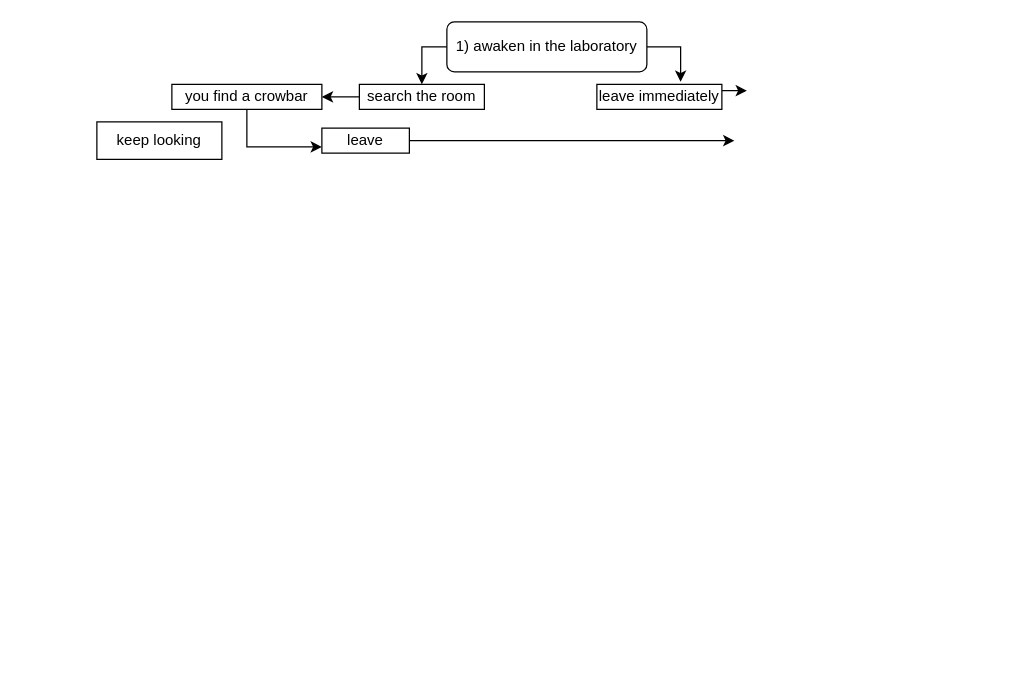
Earlier version of the draw.io diagram page "main" (1 of 3) of diagram.drawio (bean-frog/text-adventure). Source tidied: cells renumbered, new cells numbered last; positions are measured from the earlier drawing's top-left corner, leaving out a move shared by most shapes. Both pictures are drawn from the tidied source at 125%, with x=0, y=0 at pixel (96, 21).
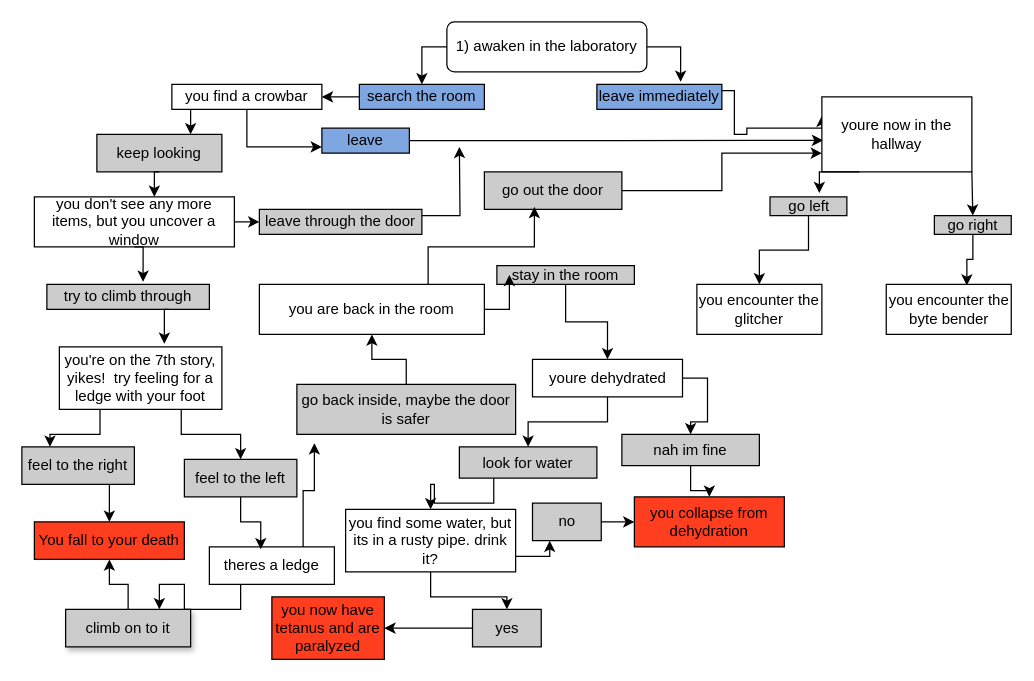
After the change.

Commit message (it also covers changes not shown here):
story mostly done

What changed in the source:
```diff
@@
-    <mxCell id="4" value="1) awaken in the laboratory" style="rounded=1;whiteSpace=wrap;html=1;fontSize=12;glass=0;strokeWidth=1;shadow=0;" parent="1" vertex="1">
+    <mxCell id="4" value="1) awaken in the laboratory" style="rounded=1;whiteSpace=wrap;html=1;fontSize=12;glass=0;strokeWidth=1;shadow=0;fillColor=#FFFFFF;" parent="1" vertex="1">
       <mxGeometry x="280" width="160" height="40" as="geometry" />
     </mxCell>
-    <mxCell id="5" style="edgeStyle=orthogonalEdgeStyle;rounded=0;jettySize=auto;html=1;exitX=0;exitY=0.5;exitDx=0;exitDy=0;entryX=1;entryY=0.5;entryDx=0;entryDy=0;" parent="1" edge="1" source="6" target="10">
+    <mxCell id="5" style="edgeStyle=orthogonalEdgeStyle;rounded=0;jettySize=auto;html=1;exitX=0;exitY=0.5;exitDx=0;exitDy=0;entryX=1;entryY=0.5;entryDx=0;entryDy=0;fillColor=#7EA6E0;" parent="1" edge="1" source="6" target="10">
       <mxGeometry relative="1" as="geometry" />
     </mxCell>
-    <mxCell id="6" value="search the room" style="rounded=0;whiteSpace=wrap;html=1;" parent="1" vertex="1">
+    <mxCell id="6" value="search the room" style="rounded=0;whiteSpace=wrap;html=1;fillColor=#7EA6E0;" parent="1" vertex="1">
       <mxGeometry x="210" y="50" width="100" height="20" as="geometry" />
     </mxCell>
-    <mxCell id="7" style="edgeStyle=orthogonalEdgeStyle;rounded=0;jettySize=auto;html=1;exitX=1;exitY=0.25;exitDx=0;exitDy=0;" parent="1" edge="1" source="8">
+    <mxCell id="7" style="edgeStyle=orthogonalEdgeStyle;rounded=0;jettySize=auto;html=1;exitX=1;exitY=0.25;exitDx=0;exitDy=0;entryX=0;entryY=0.25;entryDx=0;entryDy=0;" parent="1" edge="1" source="8" target="62">
       <mxGeometry relative="1" as="geometry">
-        <mxPoint x="520" y="55" as="targetPoint" />
+        <Array as="points">
+          <mxPoint x="510" y="55" />
+          <mxPoint x="510" y="90" />
+          <mxPoint x="520" y="90" />
+          <mxPoint x="520" y="85" />
+        </Array>
       </mxGeometry>
     </mxCell>
-    <mxCell id="8" value="leave immediately" style="rounded=0;whiteSpace=wrap;html=1;" parent="1" vertex="1">
+    <mxCell id="8" value="leave immediately" style="rounded=0;whiteSpace=wrap;html=1;fillColor=#7EA6E0;" parent="1" vertex="1">
       <mxGeometry x="400" y="50" width="100" height="20" as="geometry" />
     </mxCell>
-    <mxCell id="9" style="edgeStyle=orthogonalEdgeStyle;rounded=0;jettySize=auto;html=1;exitX=0.5;exitY=1;exitDx=0;exitDy=0;entryX=0;entryY=0.75;entryDx=0;entryDy=0;" parent="1" edge="1" source="10" target="13">
+    <mxCell id="9" style="edgeStyle=orthogonalEdgeStyle;rounded=0;jettySize=auto;html=1;exitX=0.5;exitY=1;exitDx=0;exitDy=0;entryX=0;entryY=0.75;entryDx=0;entryDy=0;fillColor=#7EA6E0;" parent="1" edge="1" source="10" target="13">
       <mxGeometry relative="1" as="geometry" />
     </mxCell>
+    <mxCell id="14" style="edgeStyle=orthogonalEdgeStyle;rounded=0;jettySize=auto;html=1;exitX=0.25;exitY=1;exitDx=0;exitDy=0;entryX=0.75;entryY=0;entryDx=0;entryDy=0;fillColor=#7EA6E0;" parent="1" edge="1" source="10" target="11">
+      <mxGeometry relative="1" as="geometry" />
+    </mxCell>
-    <mxCell id="10" value="you find a crowbar" style="rounded=0;whiteSpace=wrap;html=1;" parent="1" vertex="1">
+    <mxCell id="10" value="you find a crowbar" style="rounded=0;whiteSpace=wrap;html=1;fillColor=#FFFFFF;" parent="1" vertex="1">
       <mxGeometry x="60" y="50" width="120" height="20" as="geometry" />
     </mxCell>
-    <mxCell id="11" value="keep looking" style="rounded=0;whiteSpace=wrap;html=1;" parent="1" vertex="1">
-      <mxGeometry y="80" width="100" height="30" as="geometry" />
+    <mxCell id="11" value="keep looking" style="rounded=0;whiteSpace=wrap;html=1;fillColor=#CCCCCC;" parent="1" vertex="1">
+      <mxGeometry y="90" width="100" height="30" as="geometry" />
     </mxCell>
-    <mxCell id="12" style="edgeStyle=orthogonalEdgeStyle;rounded=0;jettySize=auto;html=1;exitX=1;exitY=0.5;exitDx=0;exitDy=0;" parent="1" edge="1" source="13">
-      <mxGeometry relative="1" as="geometry">
-        <mxPoint x="510" y="95" as="targetPoint" />
-      </mxGeometry>
+    <mxCell id="12" style="edgeStyle=orthogonalEdgeStyle;rounded=0;jettySize=auto;html=1;exitX=1;exitY=0.5;exitDx=0;exitDy=0;entryX=0.008;entryY=0.58;entryDx=0;entryDy=0;entryPerimeter=0;" parent="1" edge="1" source="13" target="62">
+      <mxGeometry relative="1" as="geometry" />
     </mxCell>
-    <mxCell id="13" value="leave" style="rounded=0;whiteSpace=wrap;html=1;" parent="1" vertex="1">
+    <mxCell id="13" value="leave" style="rounded=0;whiteSpace=wrap;html=1;fillColor=#7EA6E0;" parent="1" vertex="1">
       <mxGeometry x="180" y="85" width="70" height="20" as="geometry" />
     </mxCell>
+    <mxCell id="15" style="edgeStyle=orthogonalEdgeStyle;rounded=0;jettySize=auto;html=1;exitX=1;exitY=0.5;exitDx=0;exitDy=0;entryX=0;entryY=0.5;entryDx=0;entryDy=0;" parent="1" edge="1" source="16" target="20">
+      <mxGeometry relative="1" as="geometry" />
+    </mxCell>
+    <mxCell id="16" value="you don't see any more items, but you uncover a window" style="rounded=0;whiteSpace=wrap;html=1;fillColor=#FFFFFF;" parent="1" vertex="1">
+      <mxGeometry x="-50" y="140" width="160" height="40" as="geometry" />
+    </mxCell>
+    <mxCell id="17" style="edgeStyle=orthogonalEdgeStyle;rounded=0;jettySize=auto;html=1;exitX=0.5;exitY=1;exitDx=0;exitDy=0;entryX=0.6;entryY=0;entryDx=0;entryDy=0;entryPerimeter=0;" parent="1" edge="1" source="11" target="16">
+      <mxGeometry relative="1" as="geometry" />
+    </mxCell>
+    <mxCell id="18" value="try to climb through" style="rounded=0;whiteSpace=wrap;html=1;fillColor=#CCCCCC;" parent="1" vertex="1">
+      <mxGeometry x="-40" y="210" width="130" height="20" as="geometry" />
+    </mxCell>
+    <mxCell id="19" style="edgeStyle=orthogonalEdgeStyle;rounded=0;jettySize=auto;html=1;exitX=1;exitY=0.25;exitDx=0;exitDy=0;" parent="1" edge="1" source="20">
+      <mxGeometry relative="1" as="geometry">
+        <mxPoint x="290" y="100" as="targetPoint" />
+      </mxGeometry>
+    </mxCell>
+    <mxCell id="20" value="leave through the door" style="rounded=0;whiteSpace=wrap;html=1;fillColor=#CCCCCC;" parent="1" vertex="1">
+      <mxGeometry x="130" y="150" width="130" height="20" as="geometry" />
+    </mxCell>
+    <mxCell id="21" style="edgeStyle=orthogonalEdgeStyle;rounded=0;jettySize=auto;html=1;exitX=0.5;exitY=1;exitDx=0;exitDy=0;entryX=0.592;entryY=-0.1;entryDx=0;entryDy=0;entryPerimeter=0;" parent="1" edge="1" source="16" target="18">
+      <mxGeometry relative="1" as="geometry" />
+    </mxCell>
+    <mxCell id="22" style="edgeStyle=orthogonalEdgeStyle;rounded=0;jettySize=auto;html=1;exitX=0.25;exitY=1;exitDx=0;exitDy=0;entryX=0.25;entryY=0;entryDx=0;entryDy=0;" parent="1" edge="1" source="24" target="28">
+      <mxGeometry relative="1" as="geometry" />
+    </mxCell>
+    <mxCell id="23" style="edgeStyle=orthogonalEdgeStyle;rounded=0;jettySize=auto;html=1;exitX=0.75;exitY=1;exitDx=0;exitDy=0;entryX=0.5;entryY=0;entryDx=0;entryDy=0;" parent="1" edge="1" source="24" target="26">
+      <mxGeometry relative="1" as="geometry" />
+    </mxCell>
+    <mxCell id="24" value="you're on the 7th story, yikes!&amp;nbsp; try feeling for a ledge with your foot" style="rounded=0;whiteSpace=wrap;html=1;" parent="1" vertex="1">
+      <mxGeometry x="-30" y="260" width="130" height="50" as="geometry" />
+    </mxCell>
+    <mxCell id="25" style="edgeStyle=orthogonalEdgeStyle;rounded=0;jettySize=auto;html=1;exitX=0.75;exitY=1;exitDx=0;exitDy=0;entryX=0.646;entryY=-0.049;entryDx=0;entryDy=0;entryPerimeter=0;" parent="1" edge="1" source="18" target="24">
+      <mxGeometry relative="1" as="geometry" />
+    </mxCell>
+    <mxCell id="26" value="feel to the left" style="rounded=0;whiteSpace=wrap;html=1;fillColor=#CCCCCC;" parent="1" vertex="1">
+      <mxGeometry x="70" y="350" width="90" height="30" as="geometry" />
+    </mxCell>
+    <mxCell id="27" style="edgeStyle=orthogonalEdgeStyle;rounded=0;jettySize=auto;html=1;exitX=0.5;exitY=1;exitDx=0;exitDy=0;entryX=0.5;entryY=0;entryDx=0;entryDy=0;" parent="1" edge="1" source="28" target="29">
+      <mxGeometry relative="1" as="geometry" />
+    </mxCell>
+    <mxCell id="28" value="feel to the right" style="rounded=0;whiteSpace=wrap;html=1;fillColor=#CCCCCC;" parent="1" vertex="1">
+      <mxGeometry x="-60" y="340" width="90" height="30" as="geometry" />
+    </mxCell>
+    <mxCell id="29" value="You fall to your death" style="rounded=0;whiteSpace=wrap;html=1;fillColor=#FF3D1F;" parent="1" vertex="1">
+      <mxGeometry x="-50" y="400" width="120" height="30" as="geometry" />
+    </mxCell>
+    <mxCell id="30" style="edgeStyle=orthogonalEdgeStyle;rounded=0;jettySize=auto;html=1;exitX=0.25;exitY=1;exitDx=0;exitDy=0;entryX=0.75;entryY=0;entryDx=0;entryDy=0;" parent="1" edge="1" source="31" target="38">
+      <mxGeometry relative="1" as="geometry" />
+    </mxCell>
+    <mxCell id="31" value="theres a ledge" style="rounded=0;whiteSpace=wrap;html=1;" parent="1" vertex="1">
+      <mxGeometry x="90" y="420" width="100" height="30" as="geometry" />
+    </mxCell>
+    <mxCell id="32" style="edgeStyle=orthogonalEdgeStyle;rounded=0;jettySize=auto;html=1;exitX=0.5;exitY=0;exitDx=0;exitDy=0;" parent="1" edge="1" source="38" target="29">
+      <mxGeometry relative="1" as="geometry" />
+    </mxCell>
+    <mxCell id="33" style="edgeStyle=orthogonalEdgeStyle;rounded=0;jettySize=auto;html=1;" parent="1" edge="1" source="34" target="42">
+      <mxGeometry relative="1" as="geometry" />
+    </mxCell>
+    <mxCell id="34" value="go back inside, maybe the door is safer" style="rounded=0;whiteSpace=wrap;html=1;fillColor=#CCCCCC;" parent="1" vertex="1">
+      <mxGeometry x="160" y="290" width="175" height="40" as="geometry" />
+    </mxCell>
+    <mxCell id="35" style="edgeStyle=orthogonalEdgeStyle;rounded=0;jettySize=auto;html=1;" parent="1" edge="1" source="36" target="47">
+      <mxGeometry relative="1" as="geometry" />
+    </mxCell>
+    <mxCell id="36" value="stay in the room" style="rounded=0;whiteSpace=wrap;html=1;fillColor=#CCCCCC;" parent="1" vertex="1">
+      <mxGeometry x="320" y="195" width="110" height="15" as="geometry" />
+    </mxCell>
+    <mxCell id="37" style="edgeStyle=orthogonalEdgeStyle;rounded=0;jettySize=auto;html=1;exitX=0.5;exitY=1;exitDx=0;exitDy=0;entryX=0.411;entryY=0.062;entryDx=0;entryDy=0;entryPerimeter=0;" parent="1" edge="1" source="26" target="31">
+      <mxGeometry relative="1" as="geometry" />
+    </mxCell>
+    <mxCell id="38" value="climb on to it" style="rounded=0;whiteSpace=wrap;html=1;shadow=1;fillColor=#CCCCCC;" parent="1" vertex="1">
+      <mxGeometry x="-25" y="470" width="100" height="30" as="geometry" />
+    </mxCell>
+    <mxCell id="39" style="edgeStyle=orthogonalEdgeStyle;rounded=0;jettySize=auto;html=1;entryX=0;entryY=0.75;entryDx=0;entryDy=0;" parent="1" edge="1" source="40" target="62">
+      <mxGeometry relative="1" as="geometry" />
+    </mxCell>
+    <mxCell id="40" value="go out the door" style="rounded=0;whiteSpace=wrap;html=1;fillColor=#CCCCCC;" parent="1" vertex="1">
+      <mxGeometry x="310" y="120" width="110" height="30" as="geometry" />
+    </mxCell>
+    <mxCell id="41" style="edgeStyle=orthogonalEdgeStyle;rounded=0;jettySize=auto;html=1;" parent="1" edge="1" source="42" target="36">
+      <mxGeometry relative="1" as="geometry" />
+    </mxCell>
+    <mxCell id="42" value="you are back in the room" style="rounded=0;whiteSpace=wrap;html=1;" parent="1" vertex="1">
+      <mxGeometry x="130" y="210" width="180" height="40" as="geometry" />
+    </mxCell>
+    <mxCell id="43" style="edgeStyle=orthogonalEdgeStyle;rounded=0;jettySize=auto;html=1;exitX=0.75;exitY=0;exitDx=0;exitDy=0;entryX=0.08;entryY=1.175;entryDx=0;entryDy=0;entryPerimeter=0;" parent="1" edge="1" source="31" target="34">
+      <mxGeometry relative="1" as="geometry" />
+    </mxCell>
+    <mxCell id="44" style="edgeStyle=orthogonalEdgeStyle;rounded=0;jettySize=auto;html=1;exitX=0.75;exitY=0;exitDx=0;exitDy=0;entryX=0.364;entryY=0.933;entryDx=0;entryDy=0;entryPerimeter=0;" parent="1" edge="1" source="42" target="40">
+      <mxGeometry relative="1" as="geometry" />
+    </mxCell>
+    <mxCell id="45" style="edgeStyle=orthogonalEdgeStyle;rounded=0;jettySize=auto;html=1;exitX=1;exitY=0.5;exitDx=0;exitDy=0;entryX=0.5;entryY=0;entryDx=0;entryDy=0;" parent="1" edge="1" source="47" target="51">
+      <mxGeometry relative="1" as="geometry" />
+    </mxCell>
+    <mxCell id="46" style="edgeStyle=orthogonalEdgeStyle;rounded=0;jettySize=auto;html=1;" parent="1" edge="1" source="47" target="49">
+      <mxGeometry relative="1" as="geometry" />
+    </mxCell>
+    <mxCell id="47" value="youre dehydrated" style="rounded=0;whiteSpace=wrap;html=1;" parent="1" vertex="1">
+      <mxGeometry x="348.5" y="270" width="120" height="30" as="geometry" />
+    </mxCell>
+    <mxCell id="48" style="edgeStyle=orthogonalEdgeStyle;rounded=0;jettySize=auto;html=1;exitX=0.25;exitY=1;exitDx=0;exitDy=0;entryX=0.5;entryY=0;entryDx=0;entryDy=0;" parent="1" edge="1" source="49" target="55">
+      <mxGeometry relative="1" as="geometry" />
+    </mxCell>
+    <mxCell id="49" value="look for water" style="rounded=0;whiteSpace=wrap;html=1;fillColor=#CCCCCC;" parent="1" vertex="1">
+      <mxGeometry x="290" y="340" width="110" height="25" as="geometry" />
+    </mxCell>
+    <mxCell id="50" style="edgeStyle=orthogonalEdgeStyle;rounded=0;jettySize=auto;html=1;" parent="1" edge="1" source="51" target="52">
+      <mxGeometry relative="1" as="geometry" />
+    </mxCell>
+    <mxCell id="51" value="nah im fine" style="rounded=0;whiteSpace=wrap;html=1;fillColor=#CCCCCC;" parent="1" vertex="1">
+      <mxGeometry x="420" y="330" width="110" height="25" as="geometry" />
+    </mxCell>
+    <mxCell id="52" value="you collapse from dehydration" style="rounded=0;whiteSpace=wrap;html=1;fillColor=#FF3D1F;" parent="1" vertex="1">
+      <mxGeometry x="430" y="380" width="120" height="40" as="geometry" />
+    </mxCell>
+    <mxCell id="53" style="edgeStyle=orthogonalEdgeStyle;rounded=0;jettySize=auto;html=1;" parent="1" edge="1" source="55" target="59">
+      <mxGeometry relative="1" as="geometry" />
+    </mxCell>
+    <mxCell id="54" style="edgeStyle=orthogonalEdgeStyle;rounded=0;jettySize=auto;html=1;exitX=1;exitY=0.75;exitDx=0;exitDy=0;entryX=0.25;entryY=1;entryDx=0;entryDy=0;" parent="1" edge="1" source="55" target="57">
+      <mxGeometry relative="1" as="geometry" />
+    </mxCell>
+    <mxCell id="55" value="you find some water, but its in a rusty pipe. drink it?" style="rounded=0;whiteSpace=wrap;html=1;" parent="1" vertex="1">
+      <mxGeometry x="199" y="390" width="136" height="50" as="geometry" />
+    </mxCell>
+    <mxCell id="56" style="edgeStyle=orthogonalEdgeStyle;rounded=0;jettySize=auto;html=1;" parent="1" edge="1" source="57" target="52">
+      <mxGeometry relative="1" as="geometry" />
+    </mxCell>
+    <mxCell id="57" value="no" style="rounded=0;whiteSpace=wrap;html=1;fillColor=#CCCCCC;" parent="1" vertex="1">
+      <mxGeometry x="348.5" y="385" width="55" height="30" as="geometry" />
+    </mxCell>
+    <mxCell id="58" style="edgeStyle=orthogonalEdgeStyle;rounded=0;jettySize=auto;html=1;" parent="1" edge="1" source="59" target="60">
+      <mxGeometry relative="1" as="geometry" />
+    </mxCell>
+    <mxCell id="59" value="yes" style="rounded=0;whiteSpace=wrap;html=1;fillColor=#CCCCCC;" parent="1" vertex="1">
+      <mxGeometry x="300.5" y="470" width="55" height="30" as="geometry" />
+    </mxCell>
+    <mxCell id="60" value="you now have tetanus and are paralyzed" style="rounded=0;whiteSpace=wrap;html=1;fillColor=#FF3D1F;" parent="1" vertex="1">
+      <mxGeometry x="140" y="460" width="90" height="50" as="geometry" />
+    </mxCell>
+    <mxCell id="61" style="edgeStyle=orthogonalEdgeStyle;rounded=0;jettySize=auto;html=1;exitX=1;exitY=1;exitDx=0;exitDy=0;entryX=0.5;entryY=0;entryDx=0;entryDy=0;" parent="1" edge="1" source="62" target="65">
+      <mxGeometry relative="1" as="geometry" />
+    </mxCell>
+    <mxCell id="62" value="youre now in the hallway" style="rounded=0;whiteSpace=wrap;html=1;" parent="1" vertex="1">
+      <mxGeometry x="580" y="60" width="120" height="60" as="geometry" />
+    </mxCell>
+    <mxCell id="63" style="edgeStyle=orthogonalEdgeStyle;rounded=0;jettySize=auto;html=1;entryX=0.5;entryY=0;entryDx=0;entryDy=0;" parent="1" edge="1" source="64" target="67">
+      <mxGeometry relative="1" as="geometry" />
+    </mxCell>
+    <mxCell id="64" value="go left" style="rounded=0;whiteSpace=wrap;html=1;fillColor=#CCCCCC;" parent="1" vertex="1">
+      <mxGeometry x="538.5" y="140" width="61.5" height="15" as="geometry" />
+    </mxCell>
+    <mxCell id="65" value="go right" style="rounded=0;whiteSpace=wrap;html=1;fillColor=#CCCCCC;" parent="1" vertex="1">
+      <mxGeometry x="670" y="155" width="61.5" height="15" as="geometry" />
+    </mxCell>
+    <mxCell id="66" style="edgeStyle=orthogonalEdgeStyle;rounded=0;jettySize=auto;html=1;exitX=0.25;exitY=1;exitDx=0;exitDy=0;entryX=0.642;entryY=-0.2;entryDx=0;entryDy=0;entryPerimeter=0;" parent="1" edge="1" source="62" target="64">
+      <mxGeometry relative="1" as="geometry" />
+    </mxCell>
+    <mxCell id="67" value="you encounter the glitcher" style="rounded=0;whiteSpace=wrap;html=1;" parent="1" vertex="1">
+      <mxGeometry x="480" y="210" width="100" height="40" as="geometry" />
+    </mxCell>
+    <mxCell id="68" value="you encounter the byte bender" style="rounded=0;whiteSpace=wrap;html=1;" parent="1" vertex="1">
+      <mxGeometry x="631.5" y="210" width="100" height="40" as="geometry" />
+    </mxCell>
+    <mxCell id="69" style="edgeStyle=orthogonalEdgeStyle;rounded=0;jettySize=auto;html=1;entryX=0.645;entryY=0.025;entryDx=0;entryDy=0;entryPerimeter=0;" parent="1" edge="1" source="65" target="68">
+      <mxGeometry relative="1" as="geometry" />
+    </mxCell>
```
